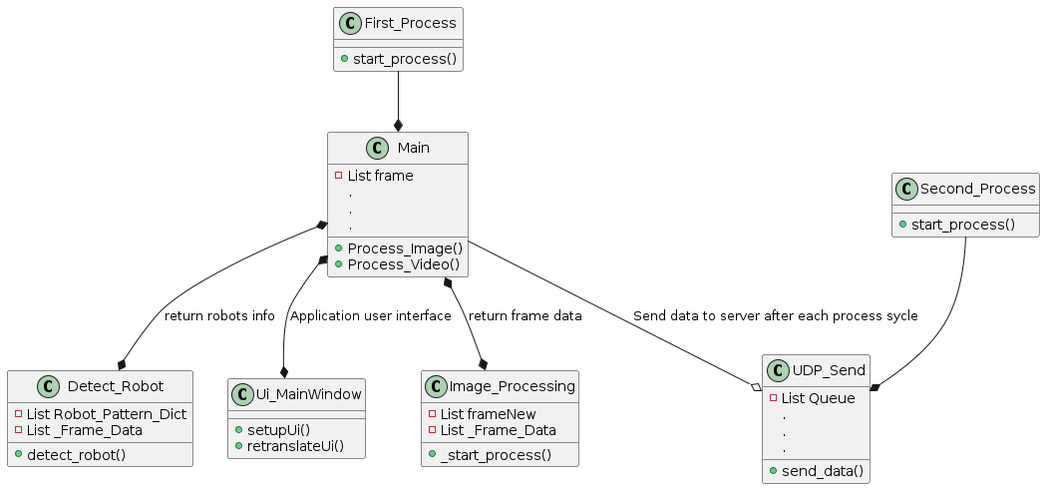
This is Images/ApplicationUML.png from SiamMiri/RoboCup-SSLVision, a PlantUML export, as it was before one commit.
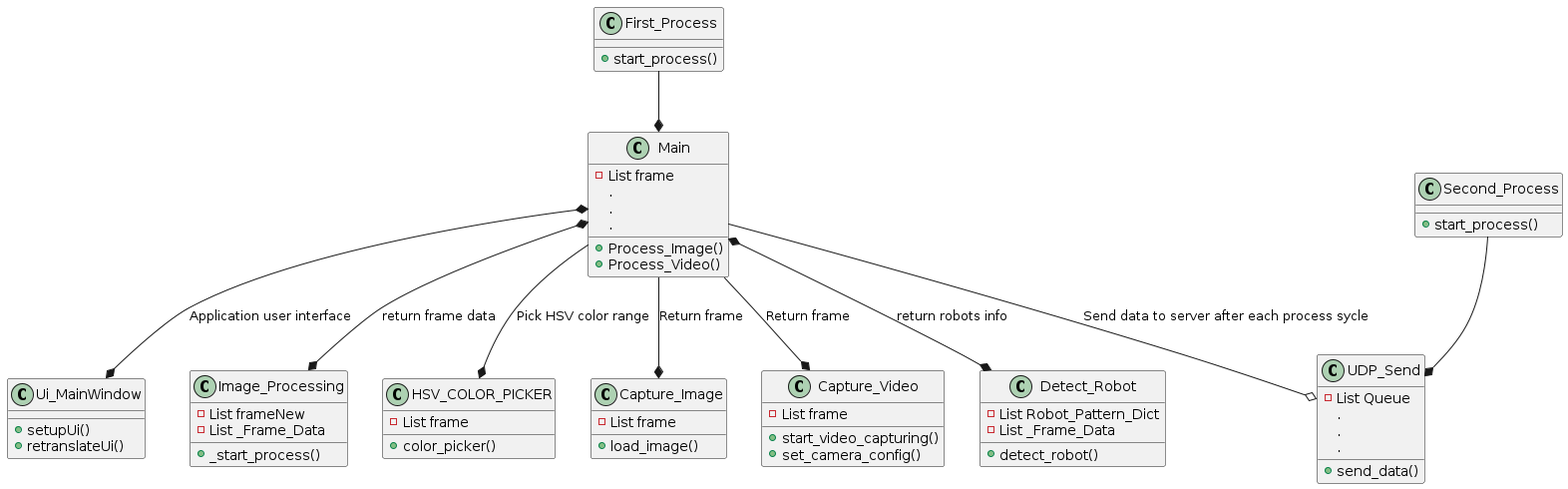
The same diagram one commit later.

Change to the diagram source:
```diff
@@ -46,10 +46,33 @@
   +send_data()
 }
 
+class HSV_COLOR_PICKER {
+  -List frame
+
+  +color_picker()
+}
+
+class Capture_Image {
+  -List frame
+
+  +load_image()
+}
+
+class Capture_Video {
+  -List frame
+
+  +start_video_capturing()
+  +set_camera_config()
+}
+
 First_Process --*  Main
 Second_Process --* UDP_Send
 Main *--* Image_Processing : return frame data
 Main *--* Detect_Robot : return robots info
 Main *--* Ui_MainWindow : Application user interface
+Main --* HSV_COLOR_PICKER : Pick HSV color range
+Main --* Capture_Image : Return frame
+Main --* Capture_Video : Return frame
 Main --o UDP_Send : Send data to server after each process sycle
+
 @enduml
```
